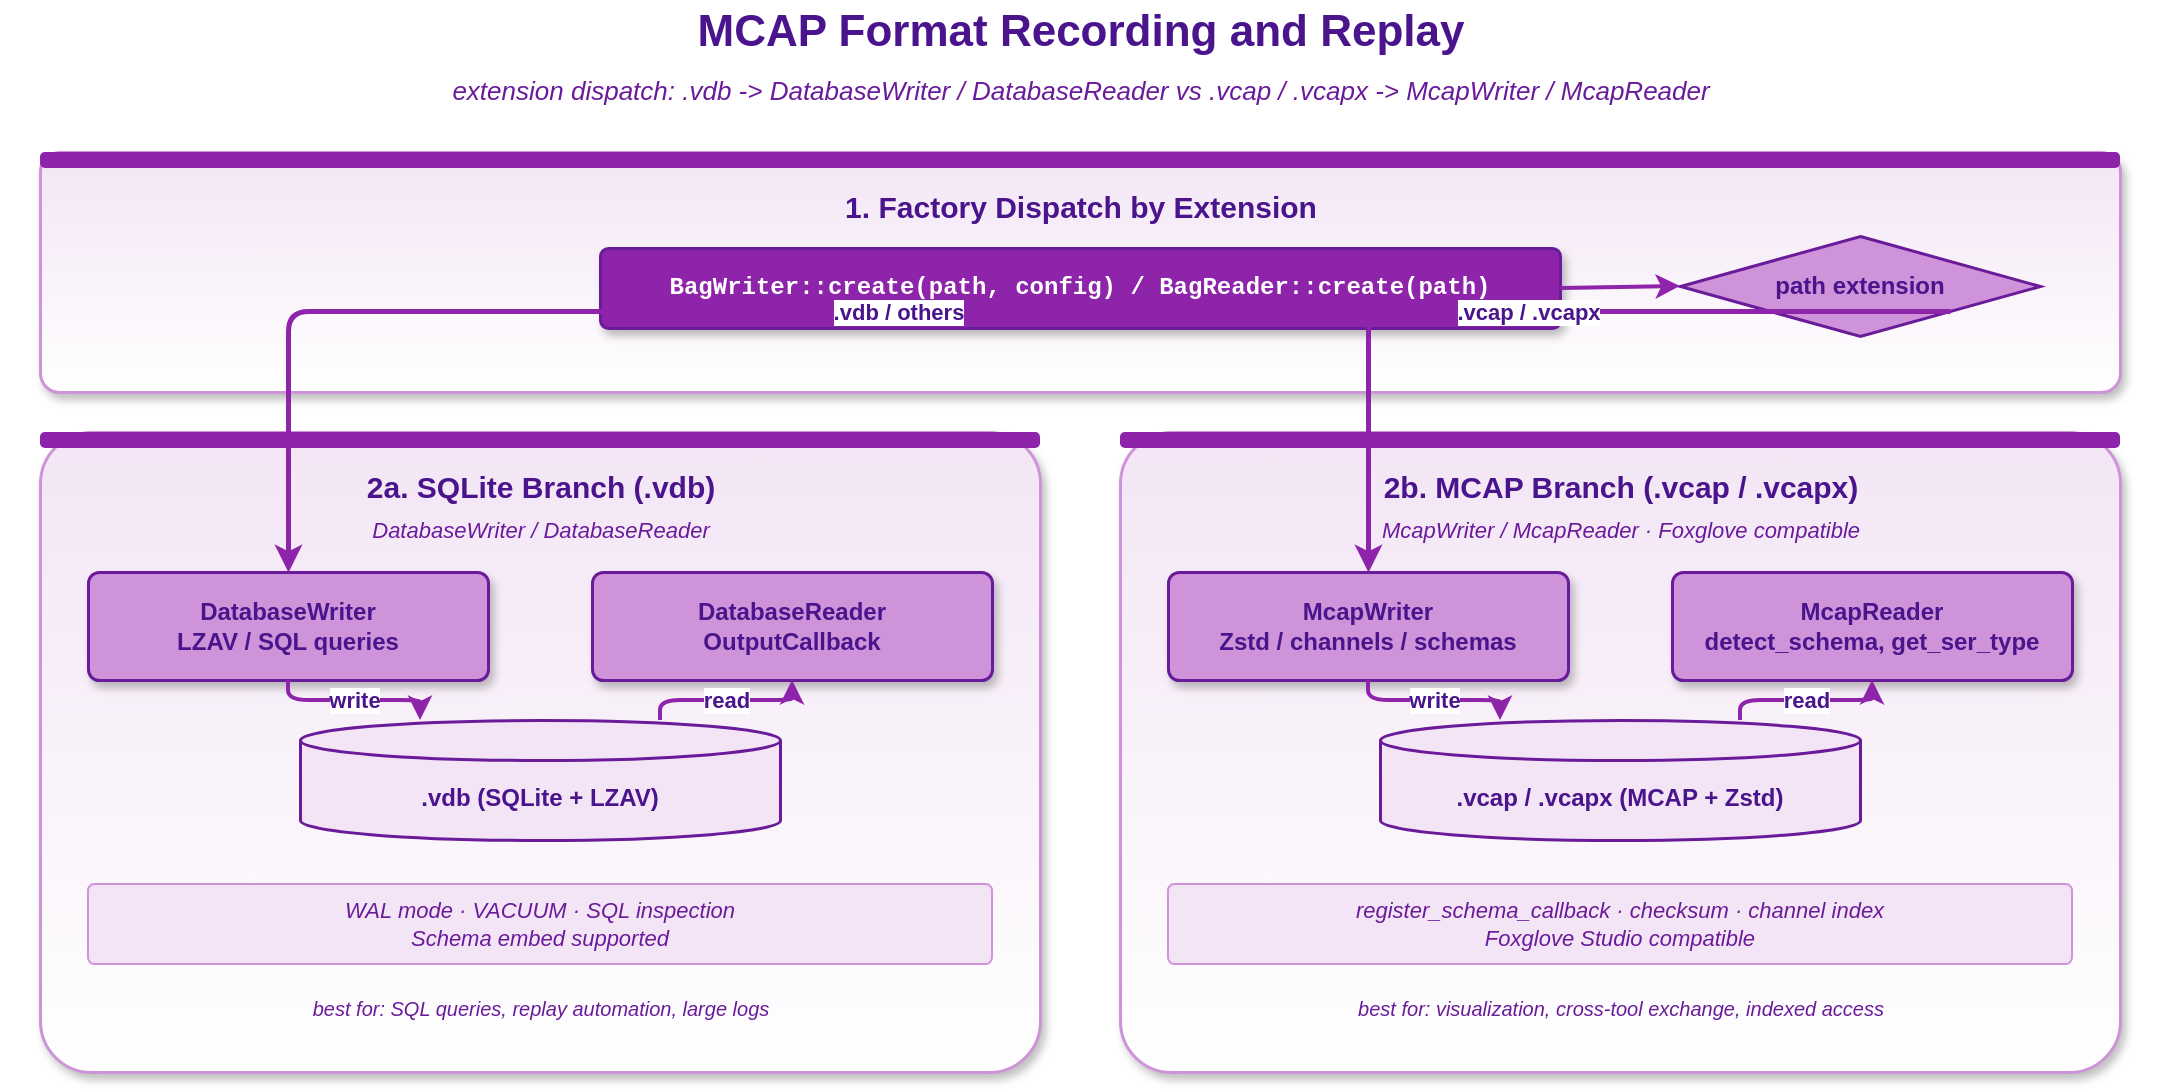
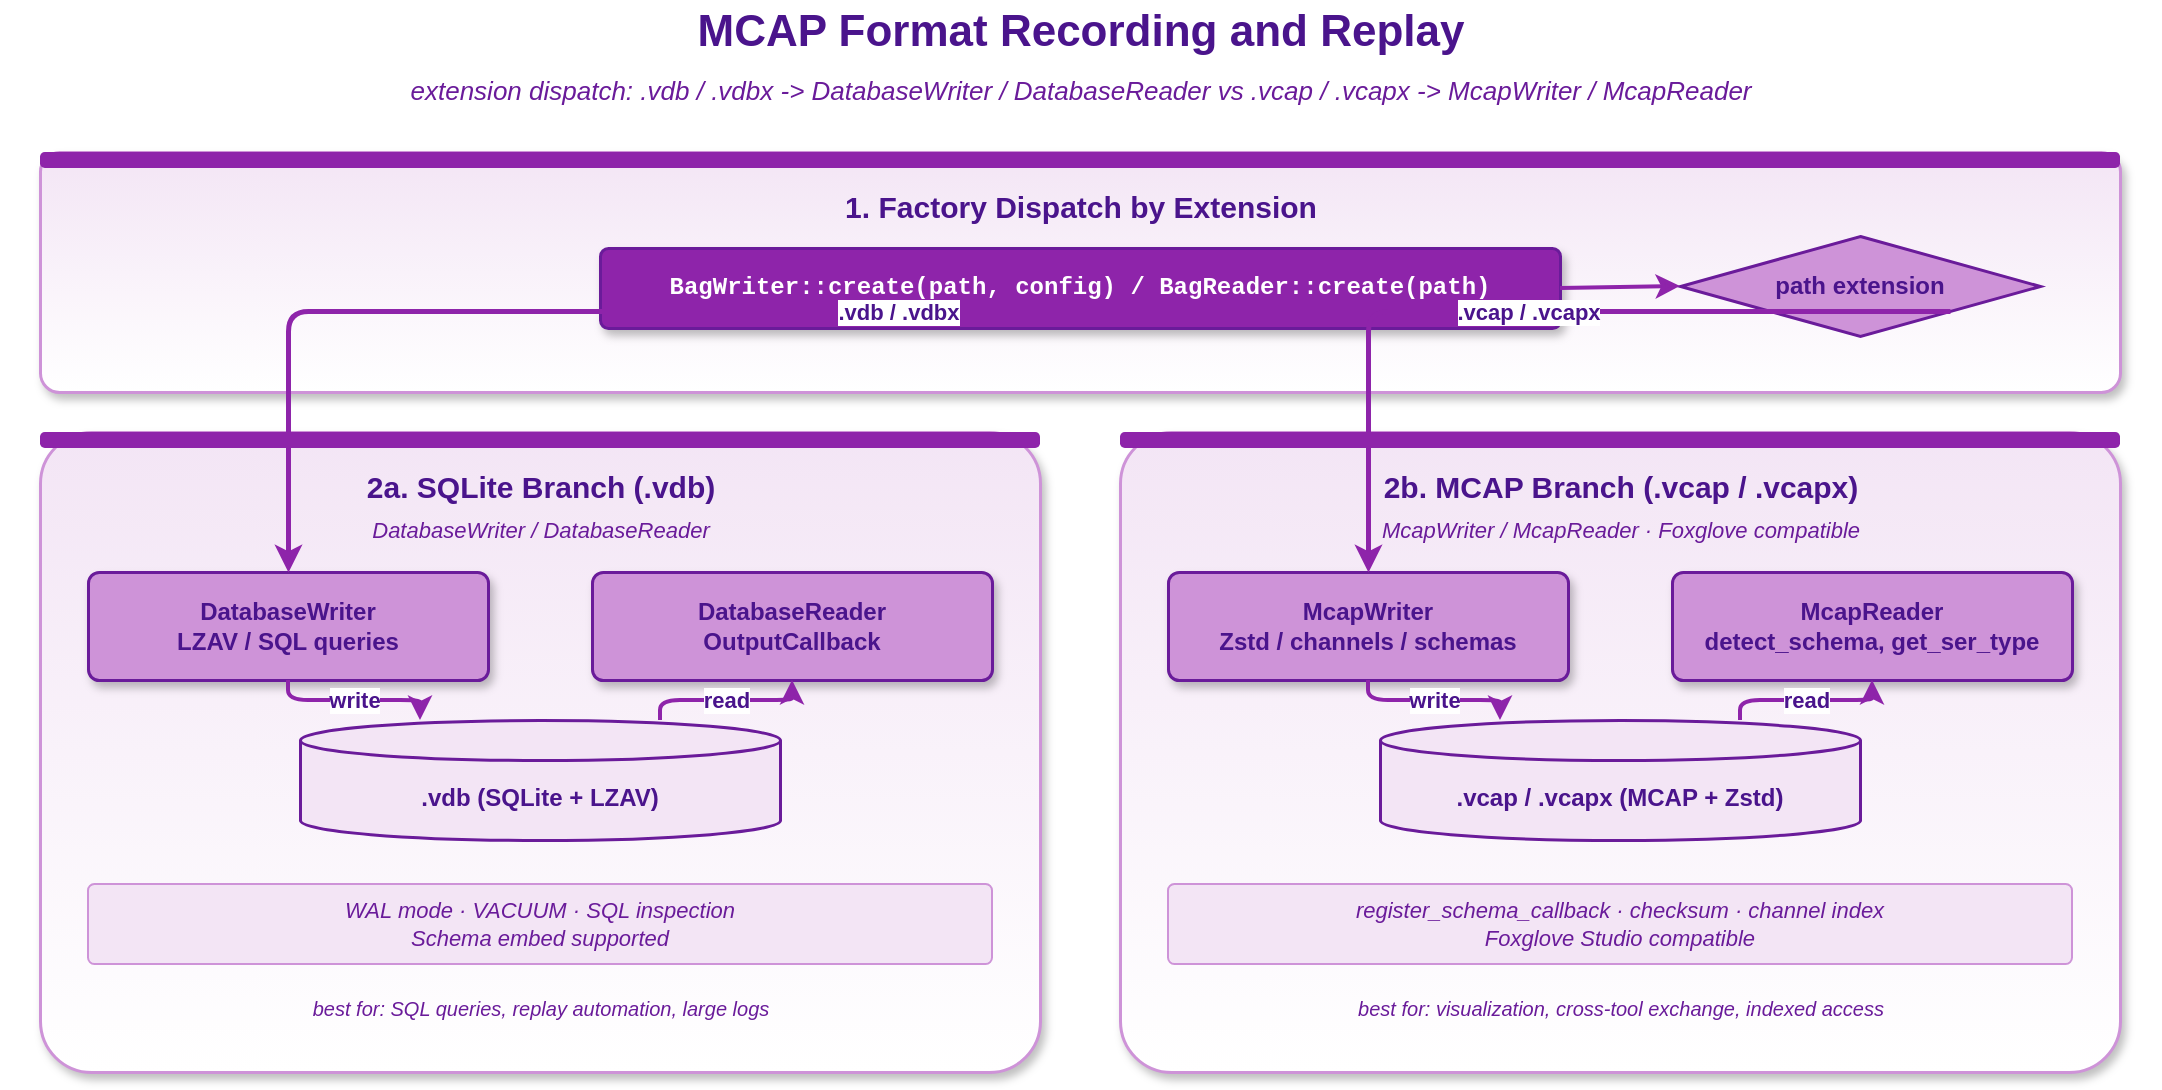
<mxfile host="app.diagrams.net" modified="2026-05-19T00:00:00.000Z" agent="Claude" version="24.0.0" type="device">
  <diagram id="mcap-format-flow" name="MCAP Format Recording and Replay">
    <mxGraphModel dx="1120" dy="640" grid="0" gridSize="10" guides="1" tooltips="1" connect="1" arrows="1" fold="1" page="1" pageScale="1" pageWidth="1120" pageHeight="640" math="0" shadow="0">
      <root>
        <mxCell id="0" />
        <mxCell id="1" parent="0" />

        <mxCell id="title" value="MCAP Format Recording and Replay" style="text;html=1;align=center;verticalAlign=middle;strokeColor=none;fillColor=none;fontSize=22;fontStyle=1;fontColor=#4a148c;" vertex="1" parent="1">
          <mxGeometry x="20" y="24" width="1080" height="32" as="geometry" />
        </mxCell>
-         <mxCell id="subtitle" value="extension dispatch: .vdb -&gt; DatabaseWriter / DatabaseReader  vs  .vcap / .vcapx -&gt; McapWriter / McapReader" style="text;html=1;align=center;verticalAlign=middle;strokeColor=none;fillColor=none;fontSize=13;fontStyle=2;fontColor=#6a1b9a;" vertex="1" parent="1">
+         <mxCell id="subtitle" value="extension dispatch: .vdb / .vdbx -&gt; DatabaseWriter / DatabaseReader  vs  .vcap / .vcapx -&gt; McapWriter / McapReader" style="text;html=1;align=center;verticalAlign=middle;strokeColor=none;fillColor=none;fontSize=13;fontStyle=2;fontColor=#6a1b9a;" vertex="1" parent="1">
          <mxGeometry x="20" y="58" width="1080" height="22" as="geometry" />
        </mxCell>

        <!-- Section 1: Factory dispatch (top, centered) -->
        <mxCell id="fac_bg" value="" style="rounded=1;whiteSpace=wrap;html=1;fillColor=#ffffff;strokeColor=#ce93d8;strokeWidth=1.5;arcSize=8;shadow=1;gradientColor=#f3e5f5;gradientDirection=north;" vertex="1" parent="1">
          <mxGeometry x="40" y="100" width="1040" height="120" as="geometry" />
        </mxCell>
        <mxCell id="fac_bar" value="" style="rounded=1;whiteSpace=wrap;html=1;fillColor=#8e24aa;strokeColor=none;arcSize=30;" vertex="1" parent="1">
          <mxGeometry x="40" y="100" width="1040" height="8" as="geometry" />
        </mxCell>
        <mxCell id="fac_t" value="1. Factory Dispatch by Extension" style="text;html=1;align=center;verticalAlign=middle;strokeColor=none;fillColor=none;fontSize=15;fontStyle=1;fontColor=#4a148c;" vertex="1" parent="1">
          <mxGeometry x="40" y="116" width="1040" height="22" as="geometry" />
        </mxCell>

        <mxCell id="fac_create" value="BagWriter::create(path, config)  /  BagReader::create(path)" style="rounded=1;whiteSpace=wrap;html=1;fillColor=#8e24aa;strokeColor=#6a1b9a;strokeWidth=1.5;arcSize=10;fontSize=12;fontFamily=Courier New;fontStyle=1;fontColor=#ffffff;shadow=1;" vertex="1" parent="1">
          <mxGeometry x="320" y="148" width="480" height="40" as="geometry" />
        </mxCell>
        <mxCell id="fac_diam" value="path extension" style="rhombus;whiteSpace=wrap;html=1;fillColor=#ce93d8;strokeColor=#6a1b9a;strokeWidth=1.5;fontSize=12;fontStyle=1;fontColor=#4a148c;" vertex="1" parent="1">
          <mxGeometry x="860" y="142" width="180" height="50" as="geometry" />
        </mxCell>

        <!-- Section 2: SQLite path (left) -->
        <mxCell id="db_bg" value="" style="rounded=1;whiteSpace=wrap;html=1;fillColor=#ffffff;strokeColor=#ce93d8;strokeWidth=1.5;arcSize=8;shadow=1;gradientColor=#f3e5f5;gradientDirection=north;" vertex="1" parent="1">
          <mxGeometry x="40" y="240" width="500" height="320" as="geometry" />
        </mxCell>
        <mxCell id="db_bar" value="" style="rounded=1;whiteSpace=wrap;html=1;fillColor=#8e24aa;strokeColor=none;arcSize=30;" vertex="1" parent="1">
          <mxGeometry x="40" y="240" width="500" height="8" as="geometry" />
        </mxCell>
        <mxCell id="db_t" value="2a. SQLite Branch  (.vdb)" style="text;html=1;align=center;verticalAlign=middle;strokeColor=none;fillColor=none;fontSize=15;fontStyle=1;fontColor=#4a148c;" vertex="1" parent="1">
          <mxGeometry x="40" y="256" width="500" height="22" as="geometry" />
        </mxCell>
        <mxCell id="db_st" value="DatabaseWriter / DatabaseReader" style="text;html=1;align=center;verticalAlign=middle;strokeColor=none;fillColor=none;fontSize=11;fontStyle=2;fontColor=#6a1b9a;" vertex="1" parent="1">
          <mxGeometry x="40" y="280" width="500" height="18" as="geometry" />
        </mxCell>

        <mxCell id="db_w" value="DatabaseWriter&#10;LZAV / SQL queries" style="rounded=1;whiteSpace=wrap;html=1;fillColor=#ce93d8;strokeColor=#6a1b9a;strokeWidth=1.5;arcSize=10;fontSize=12;fontStyle=1;fontColor=#4a148c;shadow=1;" vertex="1" parent="1">
          <mxGeometry x="64" y="310" width="200" height="54" as="geometry" />
        </mxCell>
        <mxCell id="db_r" value="DatabaseReader&#10;OutputCallback" style="rounded=1;whiteSpace=wrap;html=1;fillColor=#ce93d8;strokeColor=#6a1b9a;strokeWidth=1.5;arcSize=10;fontSize=12;fontStyle=1;fontColor=#4a148c;shadow=1;" vertex="1" parent="1">
          <mxGeometry x="316" y="310" width="200" height="54" as="geometry" />
        </mxCell>
        <mxCell id="db_file" value=".vdb (SQLite + LZAV)" style="shape=cylinder3;whiteSpace=wrap;html=1;boundedLbl=1;backgroundOutline=1;size=10;fillColor=#f3e5f5;strokeColor=#6a1b9a;strokeWidth=1.5;fontSize=12;fontStyle=1;fontColor=#4a148c;" vertex="1" parent="1">
          <mxGeometry x="170" y="384" width="240" height="60" as="geometry" />
        </mxCell>
        <mxCell id="db_feat" value="WAL mode &#183; VACUUM &#183; SQL inspection&#10;Schema embed supported" style="rounded=1;whiteSpace=wrap;html=1;fillColor=#f3e5f5;strokeColor=#ce93d8;strokeWidth=1;arcSize=8;fontSize=11;fontStyle=2;fontColor=#6a1b9a;" vertex="1" parent="1">
          <mxGeometry x="64" y="466" width="452" height="40" as="geometry" />
        </mxCell>
        <mxCell id="db_use" value="best for: SQL queries, replay automation, large logs" style="text;html=1;align=center;verticalAlign=middle;strokeColor=none;fillColor=none;fontSize=10;fontStyle=2;fontColor=#6a1b9a;" vertex="1" parent="1">
          <mxGeometry x="64" y="516" width="452" height="24" as="geometry" />
        </mxCell>

        <!-- Section 3: MCAP path (right) -->
        <mxCell id="mc_bg" value="" style="rounded=1;whiteSpace=wrap;html=1;fillColor=#ffffff;strokeColor=#ce93d8;strokeWidth=1.5;arcSize=8;shadow=1;gradientColor=#f3e5f5;gradientDirection=north;" vertex="1" parent="1">
          <mxGeometry x="580" y="240" width="500" height="320" as="geometry" />
        </mxCell>
        <mxCell id="mc_bar" value="" style="rounded=1;whiteSpace=wrap;html=1;fillColor=#8e24aa;strokeColor=none;arcSize=30;" vertex="1" parent="1">
          <mxGeometry x="580" y="240" width="500" height="8" as="geometry" />
        </mxCell>
        <mxCell id="mc_t" value="2b. MCAP Branch  (.vcap / .vcapx)" style="text;html=1;align=center;verticalAlign=middle;strokeColor=none;fillColor=none;fontSize=15;fontStyle=1;fontColor=#4a148c;" vertex="1" parent="1">
          <mxGeometry x="580" y="256" width="500" height="22" as="geometry" />
        </mxCell>
        <mxCell id="mc_st" value="McapWriter / McapReader &#183; Foxglove compatible" style="text;html=1;align=center;verticalAlign=middle;strokeColor=none;fillColor=none;fontSize=11;fontStyle=2;fontColor=#6a1b9a;" vertex="1" parent="1">
          <mxGeometry x="580" y="280" width="500" height="18" as="geometry" />
        </mxCell>

        <mxCell id="mc_w" value="McapWriter&#10;Zstd / channels / schemas" style="rounded=1;whiteSpace=wrap;html=1;fillColor=#ce93d8;strokeColor=#6a1b9a;strokeWidth=1.5;arcSize=10;fontSize=12;fontStyle=1;fontColor=#4a148c;shadow=1;" vertex="1" parent="1">
          <mxGeometry x="604" y="310" width="200" height="54" as="geometry" />
        </mxCell>
        <mxCell id="mc_r" value="McapReader&#10;detect_schema, get_ser_type" style="rounded=1;whiteSpace=wrap;html=1;fillColor=#ce93d8;strokeColor=#6a1b9a;strokeWidth=1.5;arcSize=10;fontSize=12;fontStyle=1;fontColor=#4a148c;shadow=1;" vertex="1" parent="1">
          <mxGeometry x="856" y="310" width="200" height="54" as="geometry" />
        </mxCell>
        <mxCell id="mc_file" value=".vcap / .vcapx (MCAP + Zstd)" style="shape=cylinder3;whiteSpace=wrap;html=1;boundedLbl=1;backgroundOutline=1;size=10;fillColor=#f3e5f5;strokeColor=#6a1b9a;strokeWidth=1.5;fontSize=12;fontStyle=1;fontColor=#4a148c;" vertex="1" parent="1">
          <mxGeometry x="710" y="384" width="240" height="60" as="geometry" />
        </mxCell>
        <mxCell id="mc_feat" value="register_schema_callback &#183; checksum &#183; channel index&#10;Foxglove Studio compatible" style="rounded=1;whiteSpace=wrap;html=1;fillColor=#f3e5f5;strokeColor=#ce93d8;strokeWidth=1;arcSize=8;fontSize=11;fontStyle=2;fontColor=#6a1b9a;" vertex="1" parent="1">
          <mxGeometry x="604" y="466" width="452" height="40" as="geometry" />
        </mxCell>
        <mxCell id="mc_use" value="best for: visualization, cross-tool exchange, indexed access" style="text;html=1;align=center;verticalAlign=middle;strokeColor=none;fillColor=none;fontSize=10;fontStyle=2;fontColor=#6a1b9a;" vertex="1" parent="1">
          <mxGeometry x="604" y="516" width="452" height="24" as="geometry" />
        </mxCell>

        <!-- Arrows -->
        <mxCell id="a_create_diam" value="" style="endArrow=classic;endFill=1;html=1;strokeWidth=2;strokeColor=#8e24aa;rounded=1;exitX=1;exitY=0.5;entryX=0;entryY=0.5;" edge="1" parent="1" source="fac_create" target="fac_diam">
          <mxGeometry relative="1" as="geometry" />
        </mxCell>
-         <mxCell id="a_diam_db" value=".vdb / others" style="endArrow=classic;endFill=1;html=1;strokeWidth=2.5;strokeColor=#8e24aa;fontSize=11;fontStyle=1;fontColor=#4a148c;labelBackgroundColor=#ffffff;rounded=1;edgeStyle=orthogonalEdgeStyle;exitX=0;exitY=1;entryX=0.5;entryY=0;" edge="1" parent="1" source="fac_diam" target="db_w">
+         <mxCell id="a_diam_db" value=".vdb / .vdbx" style="endArrow=classic;endFill=1;html=1;strokeWidth=2.5;strokeColor=#8e24aa;fontSize=11;fontStyle=1;fontColor=#4a148c;labelBackgroundColor=#ffffff;rounded=1;edgeStyle=orthogonalEdgeStyle;exitX=0;exitY=1;entryX=0.5;entryY=0;" edge="1" parent="1" source="fac_diam" target="db_w">
          <mxGeometry relative="1" as="geometry" />
        </mxCell>
        <mxCell id="a_diam_mc" value=".vcap / .vcapx" style="endArrow=classic;endFill=1;html=1;strokeWidth=2.5;strokeColor=#8e24aa;fontSize=11;fontStyle=1;fontColor=#4a148c;labelBackgroundColor=#ffffff;rounded=1;edgeStyle=orthogonalEdgeStyle;exitX=1;exitY=1;entryX=0.5;entryY=0;" edge="1" parent="1" source="fac_diam" target="mc_w">
          <mxGeometry relative="1" as="geometry" />
        </mxCell>
        <mxCell id="a_db_w_f" value="write" style="endArrow=classic;endFill=1;html=1;strokeWidth=2;strokeColor=#8e24aa;fontSize=11;fontStyle=1;fontColor=#4a148c;labelBackgroundColor=#ffffff;rounded=1;edgeStyle=orthogonalEdgeStyle;exitX=0.5;exitY=1;entryX=0.25;entryY=0;" edge="1" parent="1" source="db_w" target="db_file">
          <mxGeometry relative="1" as="geometry" />
        </mxCell>
        <mxCell id="a_db_f_r" value="read" style="endArrow=classic;endFill=1;html=1;strokeWidth=2;strokeColor=#8e24aa;fontSize=11;fontStyle=1;fontColor=#4a148c;labelBackgroundColor=#ffffff;rounded=1;edgeStyle=orthogonalEdgeStyle;exitX=0.75;exitY=0;entryX=0.5;entryY=1;" edge="1" parent="1" source="db_file" target="db_r">
          <mxGeometry relative="1" as="geometry" />
        </mxCell>
        <mxCell id="a_mc_w_f" value="write" style="endArrow=classic;endFill=1;html=1;strokeWidth=2;strokeColor=#8e24aa;fontSize=11;fontStyle=1;fontColor=#4a148c;labelBackgroundColor=#ffffff;rounded=1;edgeStyle=orthogonalEdgeStyle;exitX=0.5;exitY=1;entryX=0.25;entryY=0;" edge="1" parent="1" source="mc_w" target="mc_file">
          <mxGeometry relative="1" as="geometry" />
        </mxCell>
        <mxCell id="a_mc_f_r" value="read" style="endArrow=classic;endFill=1;html=1;strokeWidth=2;strokeColor=#8e24aa;fontSize=11;fontStyle=1;fontColor=#4a148c;labelBackgroundColor=#ffffff;rounded=1;edgeStyle=orthogonalEdgeStyle;exitX=0.75;exitY=0;entryX=0.5;entryY=1;" edge="1" parent="1" source="mc_file" target="mc_r">
          <mxGeometry relative="1" as="geometry" />
        </mxCell>

      </root>
    </mxGraphModel>
  </diagram>
</mxfile>
